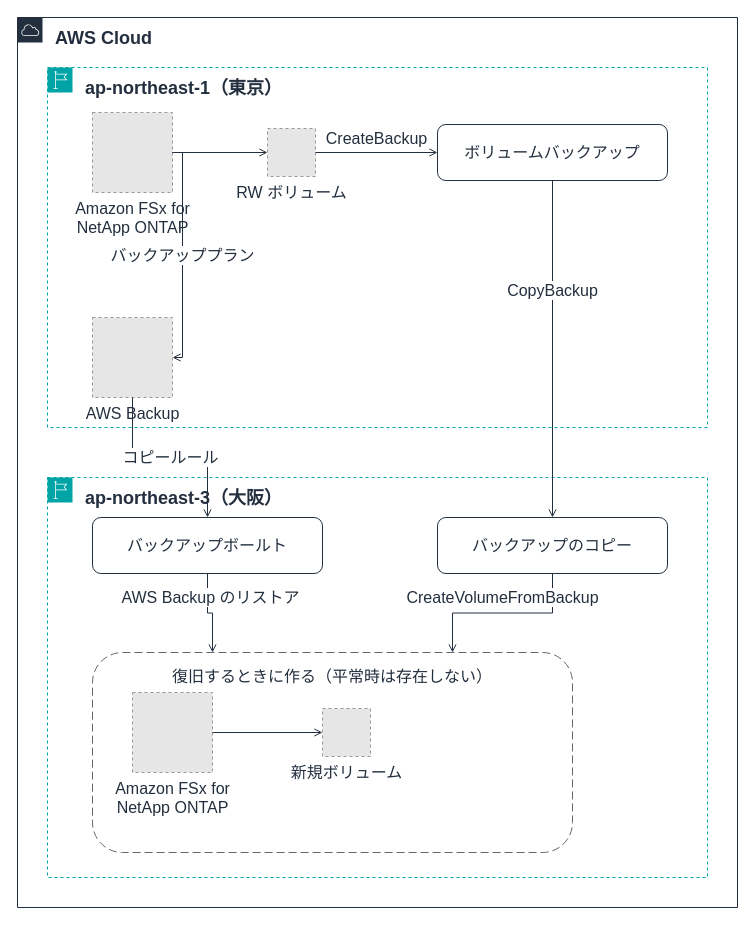
Yoshiki0705/FSx-for-ONTAP-Adoption-Playbook keeps this draw.io diagram as docs/_assets/diagrams/backup-copy-cross-region.drawio. Above is the earlier version. Source tidied: cells renumbered, new cells numbered last; positions are measured from the earlier drawing's top-left corner, leaving out a move shared by most shapes. Both pictures are drawn from the tidied source at 100%, with x=0, y=0 at pixel (17, 17). Pictures stored in the file or linked from it are replaced by grey dashed boxes.
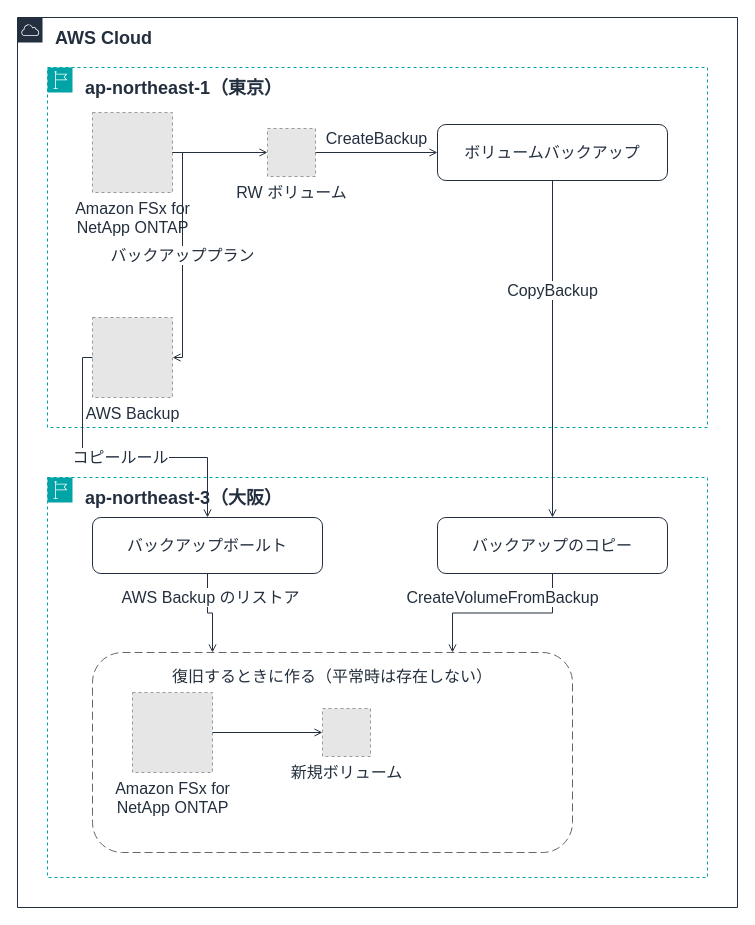
The same diagram, later.

Unchanged cells that the change refers to:
```xml
<mxCell id="8" value="バックアップボールト" style="rounded=1;whiteSpace=wrap;html=1;strokeColor=#232F3E;fillColor=none;fontColor=#232F3E;fontSize=16;verticalAlign=middle;align=center;" parent="1" vertex="1">
  <mxGeometry x="75" y="500" width="230" height="56" as="geometry" />
</mxCell>
<mxCell id="11" value="AWS Backup" style="fillColor=#E6E6E6;strokeColor=#999999;dashed=1;html=1;verticalLabelPosition=bottom;verticalAlign=top;labelPosition=center;align=center;fontSize=16;fontColor=#232F3E;" parent="1" vertex="1">
  <mxGeometry x="75" y="300" width="80" height="80" as="geometry" />
</mxCell>
```

What changed in the source:
```diff
@@
-    <mxCell id="18" value="コピールール" style="edgeStyle=orthogonalEdgeStyle;rounded=0;html=1;endArrow=open;endFill=0;strokeColor=#232F3E;strokeWidth=1;fontSize=16;fontColor=#232F3E;labelBackgroundColor=#FFFFFF;exitX=0.5;exitY=1.0;exitDx=0;exitDy=0;entryX=0.5;entryY=0.0;entryDx=0;entryDy=0;" parent="1" edge="1" source="11" target="8">
+    <mxCell id="18" value="コピールール" style="edgeStyle=orthogonalEdgeStyle;rounded=0;html=1;endArrow=open;endFill=0;strokeColor=#232F3E;strokeWidth=1;fontSize=16;fontColor=#232F3E;labelBackgroundColor=#FFFFFF;exitX=0.0;exitY=0.5;exitDx=0;exitDy=0;entryX=0.5;entryY=0.0;entryDx=0;entryDy=0;" parent="1" edge="1" source="11" target="8">
       <mxGeometry relative="1" as="geometry" />
     </mxCell>
```
